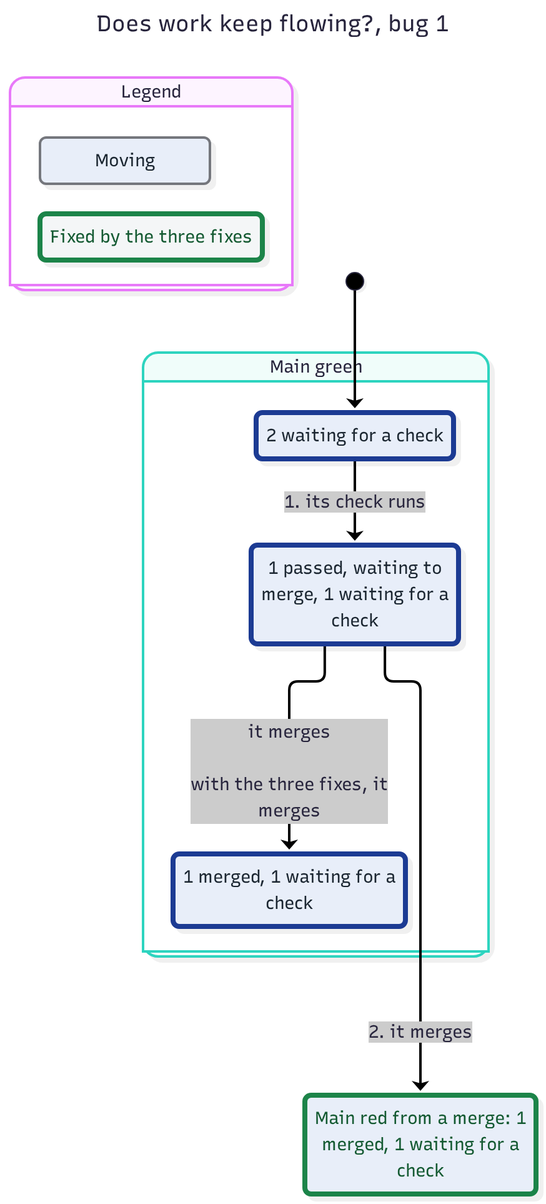
Before: features/jmerge/spec/FlowToday-statechart/bug-1.png, a diagram exported from Mermaid (JoshuaHayesWasHere/jstack). Its source is kept beside it as features/jmerge/spec/FlowToday-statechart/bug-1.mmd. Source of this version:
```mermaid
---
title: "Does work keep flowing?, bug 1"
config:
  markdownAutoWrap: false
  state:
    useMaxWidth: false
---
stateDiagram-v2
  classDef plainFixed fill:#f4f6f7,stroke:#1e8449,stroke-width:4px,color:#145a32
  classDef group1 fill:#e8eef9,stroke:#74777d,color:#1b2631
  classDef group1Fixed fill:#e8eef9,stroke:#1e8449,stroke-width:4px,color:#145a32
  classDef group1Path fill:#e8eef9,stroke:#1f3a93,stroke-width:4px,color:#1b2631
  state "Legend" as legend {
    state "Moving" as legendGroup1
    state "Fixed by the three fixes" as legendFixed
  }
  class legendGroup1 group1
  class legendFixed plainFixed
  state "Main green" as g0 {
    state "1 merged, 1 waiting for a<br/>check" as s0
    state "1 passed, waiting to<br/>merge, 1 waiting for a<br/>check" as s1
    state "2 waiting for a check" as s2
  }
  state "Main red from a merge: 1<br/>merged, 1 waiting for a<br/>check" as s3
  [*] --> s2
  s2 --> s1 : 1. its check runs
  s1 --> s0 : it merges<br/>#160;<br/>with the three fixes, it<br/>merges
  s1 --> s3 : 2. it merges
  class s0 group1Path
  class s1 group1Path
  class s2 group1Path
  class s3 group1Fixed
```
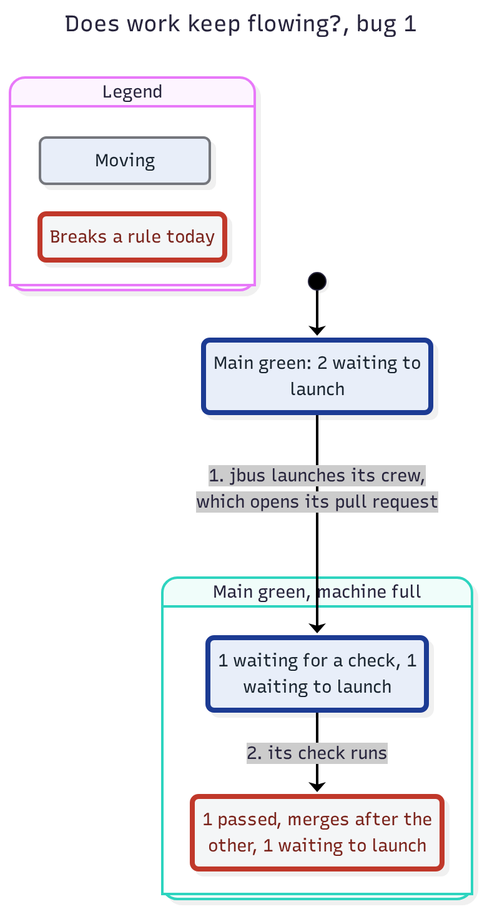
Later version of the same file.

Change to the diagram source:
```diff
@@ -6,27 +6,23 @@
     useMaxWidth: false
 ---
 stateDiagram-v2
-  classDef plainFixed fill:#f4f6f7,stroke:#1e8449,stroke-width:4px,color:#145a32
+  classDef plainWrong fill:#f4f6f7,stroke:#c0392b,stroke-width:4px,color:#7b241c
   classDef group1 fill:#e8eef9,stroke:#74777d,color:#1b2631
-  classDef group1Fixed fill:#e8eef9,stroke:#1e8449,stroke-width:4px,color:#145a32
   classDef group1Path fill:#e8eef9,stroke:#1f3a93,stroke-width:4px,color:#1b2631
   state "Legend" as legend {
     state "Moving" as legendGroup1
-    state "Fixed by the three fixes" as legendFixed
+    state "Breaks a rule today" as legendWrong
   }
   class legendGroup1 group1
-  class legendFixed plainFixed
-  state "Main green" as g0 {
-    state "1 merged, 1 waiting for a<br/>check" as s0
-    state "1 passed, waiting to<br/>merge, 1 waiting for a<br/>check" as s1
-    state "2 waiting for a check" as s2
+  class legendWrong plainWrong
+  state "Main green, machine full" as g0 {
+    state "1 passed, merges after the<br/>other, 1 waiting to launch" as s0
+    state "1 waiting for a check, 1<br/>waiting to launch" as s1
   }
-  state "Main red from a merge: 1<br/>merged, 1 waiting for a<br/>check" as s3
+  state "Main green: 2 waiting to<br/>launch" as s2
   [*] --> s2
-  s2 --> s1 : 1. its check runs
-  s1 --> s0 : it merges<br/>#160;<br/>with the three fixes, it<br/>merges
-  s1 --> s3 : 2. it merges
-  class s0 group1Path
+  s2 --> s1 : 1. jbus launches its crew,<br/>which opens its pull request
+  s1 --> s0 : 2. its check runs
+  class s0 plainWrong
   class s1 group1Path
   class s2 group1Path
-  class s3 group1Fixed
```
